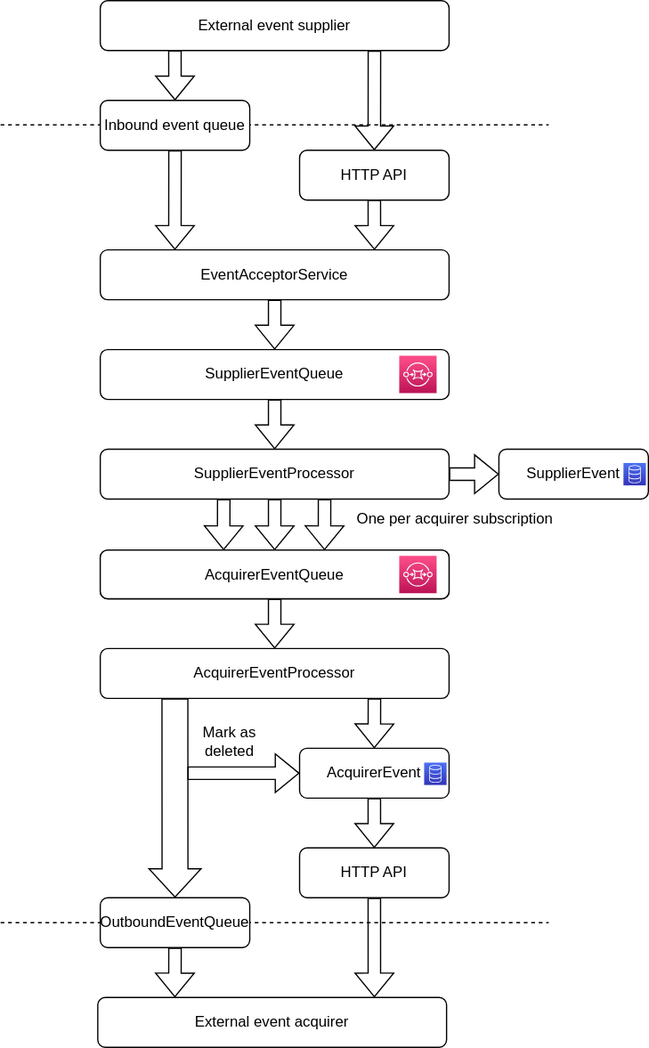
Above: doc/architecture/img/event-flow.drawio.svg in govuk-one-login/life-events-platform (draw.io), before the change. Source tidied: cells renumbered, new cells last; positions are measured from the earlier drawing's top-left corner, leaving out a move shared by most shapes.
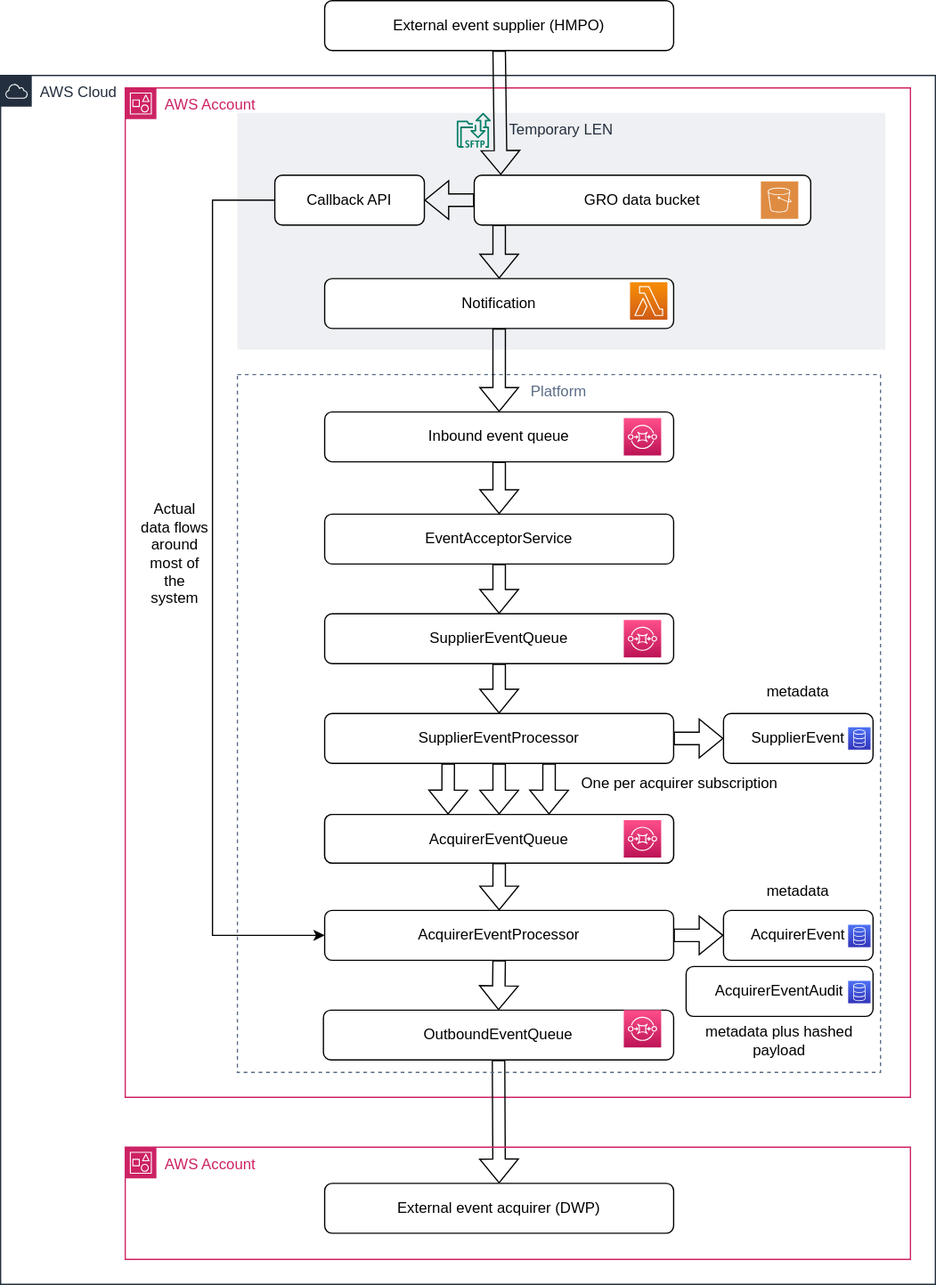
After the commit.

Commit message:
GPC-NONE: Update documentation with data and event flows

Diff of the diagram source:
```diff
@@ -2,30 +2,18 @@
   <root>
     <mxCell id="0" />
     <mxCell id="1" parent="0" />
-    <mxCell id="2" style="endArrow=none;dashed=1;html=1;rounded=0;" parent="1" edge="1">
-      <mxGeometry relative="1" as="geometry">
-        <mxPoint y="99.7" as="sourcePoint" />
-        <mxPoint x="440" y="99.7" as="targetPoint" />
-      </mxGeometry>
-    </mxCell>
+    <mxCell id="45" value="AWS Account" style="gradientColor=none;html=1;whiteSpace=wrap;fontSize=12;fontStyle=0;shape=mxgraph.aws4.group;grIcon=mxgraph.aws4.group_account;strokeColor=#CD2264;fillColor=none;verticalAlign=top;align=left;spacingLeft=30;fontColor=#CD2264;dashed=0;" parent="1" vertex="1">
+      <mxGeometry x="-80" y="-142" width="630" height="810" as="geometry" />
+    </mxCell>
-    <mxCell id="3" value="External event supplier" style="rounded=1;whiteSpace=wrap;html=1;" parent="1" vertex="1">
-      <mxGeometry x="80" width="280" height="40" as="geometry" />
+    <mxCell id="3" value="External event supplier (HMPO)" style="rounded=1;whiteSpace=wrap;html=1;" parent="1" vertex="1">
+      <mxGeometry x="80" y="-212" width="280" height="40" as="geometry" />
     </mxCell>
-    <mxCell id="4" value="HTTP API" style="rounded=1;whiteSpace=wrap;html=1;" parent="1" vertex="1">
-      <mxGeometry x="240" y="120" width="120" height="40" as="geometry" />
-    </mxCell>
-    <mxCell id="5" value="Inbound event queue" style="rounded=1;whiteSpace=wrap;html=1;" parent="1" vertex="1">
-      <mxGeometry x="80" y="80" width="120" height="40" as="geometry" />
-    </mxCell>
     <mxCell id="6" value="EventAcceptorService" style="rounded=1;whiteSpace=wrap;html=1;" parent="1" vertex="1">
       <mxGeometry x="80" y="200" width="280" height="40" as="geometry" />
     </mxCell>
-    <mxCell id="7" style="shape=flexArrow;endArrow=classic;html=1;rounded=0;exitX=0.5;exitY=1;exitDx=0;exitDy=0;entryX=0.214;entryY=0;entryDx=0;entryDy=0;entryPerimeter=0;" parent="1" edge="1" source="5" target="6">
+    <mxCell id="7" style="shape=flexArrow;endArrow=classic;html=1;rounded=0;exitX=0.5;exitY=1;exitDx=0;exitDy=0;entryX=0.5;entryY=0;entryDx=0;entryDy=0;" parent="1" edge="1" source="5" target="6">
       <mxGeometry relative="1" as="geometry" />
     </mxCell>
-    <mxCell id="8" style="shape=flexArrow;endArrow=classic;html=1;rounded=0;exitX=0.5;exitY=1;exitDx=0;exitDy=0;entryX=0.786;entryY=0;entryDx=0;entryDy=0;entryPerimeter=0;" parent="1" edge="1" source="4" target="6">
-      <mxGeometry relative="1" as="geometry" />
-    </mxCell>
     <mxCell id="9" style="shape=flexArrow;endArrow=classic;html=1;rounded=0;entryX=0.5;entryY=0;entryDx=0;entryDy=0;exitX=0.5;exitY=1;exitDx=0;exitDy=0;" parent="1" edge="1" source="6" target="42">
       <mxGeometry relative="1" as="geometry" />
     </mxCell>
@@ -54,53 +42,9 @@
     <mxCell id="16" value="One per acquirer subscription" style="text;html=1;strokeColor=none;fillColor=none;align=center;verticalAlign=middle;whiteSpace=wrap;rounded=0;" parent="1" vertex="1">
       <mxGeometry x="270" y="401" width="190" height="30" as="geometry" />
     </mxCell>
-    <mxCell id="17" value="AcquirerEventProcessor" style="rounded=1;whiteSpace=wrap;html=1;" parent="1" vertex="1">
-      <mxGeometry x="80" y="520" width="280" height="40" as="geometry" />
-    </mxCell>
     <mxCell id="18" style="shape=flexArrow;endArrow=classic;html=1;rounded=0;exitX=0.5;exitY=1;exitDx=0;exitDy=0;entryX=0.5;entryY=0;entryDx=0;entryDy=0;" parent="1" edge="1" source="36" target="17">
       <mxGeometry relative="1" as="geometry" />
     </mxCell>
-    <mxCell id="19" style="shape=flexArrow;endArrow=classic;html=1;rounded=0;exitX=0.786;exitY=1;exitDx=0;exitDy=0;exitPerimeter=0;entryX=0.5;entryY=0;entryDx=0;entryDy=0;" parent="1" edge="1" source="17" target="39">
-      <mxGeometry relative="1" as="geometry" />
-    </mxCell>
-    <mxCell id="20" style="shape=flexArrow;endArrow=classic;html=1;rounded=0;entryX=0.5;entryY=0;entryDx=0;entryDy=0;exitX=0.214;exitY=1;exitDx=0;exitDy=0;exitPerimeter=0;width=20.784313725490197;endSize=7.235294117647059;" parent="1" edge="1" source="17" target="26">
-      <mxGeometry relative="1" as="geometry" />
-    </mxCell>
-    <mxCell id="21" style="shape=flexArrow;endArrow=classic;html=1;rounded=0;exitX=0.5;exitY=1;exitDx=0;exitDy=0;entryX=0.5;entryY=0;entryDx=0;entryDy=0;" parent="1" edge="1" source="39" target="22">
-      <mxGeometry relative="1" as="geometry" />
-    </mxCell>
-    <mxCell id="22" value="HTTP API" style="rounded=1;whiteSpace=wrap;html=1;" parent="1" vertex="1">
-      <mxGeometry x="240" y="680" width="120" height="40" as="geometry" />
-    </mxCell>
-    <mxCell id="23" style="endArrow=none;dashed=1;html=1;rounded=0;" parent="1" edge="1">
-      <mxGeometry relative="1" as="geometry">
-        <mxPoint y="740" as="sourcePoint" />
-        <mxPoint x="440" y="740" as="targetPoint" />
-      </mxGeometry>
-    </mxCell>
-    <mxCell id="24" style="shape=flexArrow;endArrow=classic;html=1;rounded=0;exitX=0.214;exitY=0.997;exitDx=0;exitDy=0;exitPerimeter=0;entryX=0.5;entryY=0;entryDx=0;entryDy=0;" parent="1" edge="1" source="3" target="5">
-      <mxGeometry relative="1" as="geometry" />
-    </mxCell>
-    <mxCell id="25" style="shape=flexArrow;endArrow=classic;html=1;rounded=0;entryX=0.5;entryY=0;entryDx=0;entryDy=0;exitX=0.786;exitY=1;exitDx=0;exitDy=0;exitPerimeter=0;" parent="1" edge="1" source="3" target="4">
-      <mxGeometry relative="1" as="geometry" />
-    </mxCell>
-    <mxCell id="26" value="OutboundEventQueue" style="rounded=1;whiteSpace=wrap;html=1;" parent="1" vertex="1">
-      <mxGeometry x="80" y="720" width="120" height="40" as="geometry" />
-    </mxCell>
-    <mxCell id="27" style="shape=flexArrow;endArrow=classic;html=1;rounded=0;entryX=0;entryY=0.5;entryDx=0;entryDy=0;" parent="1" edge="1" target="39">
-      <mxGeometry relative="1" as="geometry">
-        <mxPoint x="150" y="620" as="sourcePoint" />
-      </mxGeometry>
-    </mxCell>
-    <mxCell id="28" value="External event acquirer" style="rounded=1;whiteSpace=wrap;html=1;" parent="1" vertex="1">
-      <mxGeometry x="78" y="800" width="280" height="40" as="geometry" />
-    </mxCell>
-    <mxCell id="29" style="shape=flexArrow;endArrow=classic;html=1;rounded=0;exitX=0.5;exitY=1;exitDx=0;exitDy=0;entryX=0.793;entryY=0;entryDx=0;entryDy=0;entryPerimeter=0;" parent="1" edge="1" source="22" target="28">
-      <mxGeometry relative="1" as="geometry" />
-    </mxCell>
-    <mxCell id="30" style="shape=flexArrow;endArrow=classic;html=1;rounded=0;exitX=0.5;exitY=1;exitDx=0;exitDy=0;entryX=0.221;entryY=0;entryDx=0;entryDy=0;entryPerimeter=0;" parent="1" edge="1" source="26" target="28">
-      <mxGeometry relative="1" as="geometry" />
-    </mxCell>
     <mxCell id="31" style="shape=flexArrow;endArrow=classic;html=1;rounded=0;entryX=0;entryY=0.5;entryDx=0;entryDy=0;exitX=1;exitY=0.5;exitDx=0;exitDy=0;" parent="1" edge="1" source="12" target="33">
       <mxGeometry relative="1" as="geometry" />
     </mxCell>
@@ -122,8 +66,29 @@
     <mxCell id="37" style="sketch=0;fontColor=#232F3E;gradientColor=#FF4F8B;gradientDirection=north;fillColor=#BC1356;strokeColor=#ffffff;dashed=0;verticalLabelPosition=bottom;verticalAlign=top;align=center;html=1;fontSize=12;fontStyle=0;shape=mxgraph.aws4.resourceIcon;resIcon=mxgraph.aws4.sqs;" parent="35" vertex="1">
       <mxGeometry x="240" y="4.5" width="30" height="30" as="geometry" />
     </mxCell>
+    <mxCell id="41" style="group;" parent="1" vertex="1">
+      <mxGeometry x="80" y="280" width="280" height="40" as="geometry" />
+    </mxCell>
+    <mxCell id="42" value="SupplierEventQueue" style="rounded=1;whiteSpace=wrap;html=1;" parent="41" vertex="1">
+      <mxGeometry width="280" height="40" as="geometry" />
+    </mxCell>
+    <mxCell id="43" style="sketch=0;fontColor=#232F3E;gradientColor=#FF4F8B;gradientDirection=north;fillColor=#BC1356;strokeColor=#ffffff;dashed=0;verticalLabelPosition=bottom;verticalAlign=top;align=center;html=1;fontSize=12;fontStyle=0;shape=mxgraph.aws4.resourceIcon;resIcon=mxgraph.aws4.sqs;" parent="41" vertex="1">
+      <mxGeometry x="240" y="5" width="30" height="30" as="geometry" />
+    </mxCell>
+    <mxCell id="46" value="AWS Cloud" style="gradientColor=none;html=1;whiteSpace=wrap;fontSize=12;fontStyle=0;shape=mxgraph.aws4.group;grIcon=mxgraph.aws4.group_aws_cloud;strokeColor=#232F3E;fillColor=none;verticalAlign=top;align=left;spacingLeft=30;fontColor=#232F3E;dashed=0;" parent="1" vertex="1">
+      <mxGeometry x="-180" y="-152" width="750" height="970" as="geometry" />
+    </mxCell>
+    <mxCell id="30" style="shape=flexArrow;endArrow=classic;html=1;rounded=0;exitX=0.5;exitY=1;exitDx=0;exitDy=0;entryX=0.5;entryY=0;entryDx=0;entryDy=0;" parent="1" edge="1" source="26" target="28">
+      <mxGeometry relative="1" as="geometry" />
+    </mxCell>
+    <mxCell id="47" value="Temporary LEN" style="fillColor=#EFF0F3;strokeColor=none;dashed=0;verticalAlign=top;fontStyle=0;fontColor=#232F3D;fontSize=12;" parent="1" vertex="1">
+      <mxGeometry x="10" y="-122" width="520" height="190" as="geometry" />
+    </mxCell>
+    <mxCell id="48" value="Platform" style="fillColor=none;strokeColor=#5A6C86;dashed=1;verticalAlign=top;fontStyle=0;fontColor=#5A6C86;" parent="1" vertex="1">
+      <mxGeometry x="10" y="88" width="516" height="560" as="geometry" />
+    </mxCell>
     <mxCell id="38" style="group;" parent="1" vertex="1">
-      <mxGeometry x="240" y="600" width="120" height="40" as="geometry" />
+      <mxGeometry x="400" y="518" width="120" height="40" as="geometry" />
     </mxCell>
     <mxCell id="39" value="AcquirerEvent" style="rounded=1;whiteSpace=wrap;html=1;" parent="38" vertex="1">
       <mxGeometry width="120" height="40" as="geometry" />
@@ -131,17 +96,95 @@
     <mxCell id="40" style="sketch=0;fontColor=#232F3E;gradientColor=#4D72F3;gradientDirection=north;fillColor=#3334B9;strokeColor=#ffffff;dashed=0;verticalLabelPosition=bottom;verticalAlign=top;align=center;html=1;fontSize=12;fontStyle=0;shape=mxgraph.aws4.resourceIcon;resIcon=mxgraph.aws4.database;" parent="38" vertex="1">
       <mxGeometry x="100" y="11.5" width="18" height="18" as="geometry" />
     </mxCell>
-    <mxCell id="41" style="group;" parent="1" vertex="1">
-      <mxGeometry x="80" y="280" width="280" height="40" as="geometry" />
-    </mxCell>
-    <mxCell id="42" value="SupplierEventQueue" style="rounded=1;whiteSpace=wrap;html=1;" parent="41" vertex="1">
-      <mxGeometry width="280" height="40" as="geometry" />
-    </mxCell>
-    <mxCell id="43" style="sketch=0;fontColor=#232F3E;gradientColor=#FF4F8B;gradientDirection=north;fillColor=#BC1356;strokeColor=#ffffff;dashed=0;verticalLabelPosition=bottom;verticalAlign=top;align=center;html=1;fontSize=12;fontStyle=0;shape=mxgraph.aws4.resourceIcon;resIcon=mxgraph.aws4.sqs;" parent="41" vertex="1">
-      <mxGeometry x="240" y="5" width="30" height="30" as="geometry" />
-    </mxCell>
-    <mxCell id="44" value="Mark as deleted" style="text;html=1;strokeColor=none;fillColor=none;align=center;verticalAlign=middle;whiteSpace=wrap;rounded=0;" parent="1" vertex="1">
-      <mxGeometry x="154" y="580" width="60" height="30" as="geometry" />
-    </mxCell>
+    <mxCell id="26" value="OutboundEventQueue" style="rounded=1;whiteSpace=wrap;html=1;" parent="1" vertex="1">
+      <mxGeometry x="79" y="598" width="281" height="40" as="geometry" />
+    </mxCell>
+    <mxCell id="5" value="Inbound event queue" style="rounded=1;whiteSpace=wrap;html=1;" parent="1" vertex="1">
+      <mxGeometry x="80" y="118" width="280" height="40" as="geometry" />
+    </mxCell>
+    <mxCell id="17" value="AcquirerEventProcessor" style="rounded=1;whiteSpace=wrap;html=1;" parent="1" vertex="1">
+      <mxGeometry x="80" y="518" width="280" height="40" as="geometry" />
+    </mxCell>
+    <mxCell id="19" style="shape=flexArrow;endArrow=classic;html=1;rounded=0;entryX=0;entryY=0.5;entryDx=0;entryDy=0;exitX=1;exitY=0.5;exitDx=0;exitDy=0;" parent="1" edge="1" source="17" target="39">
+      <mxGeometry relative="1" as="geometry" />
+    </mxCell>
+    <mxCell id="20" style="shape=flexArrow;endArrow=classic;html=1;rounded=0;entryX=0.5;entryY=0;entryDx=0;entryDy=0;exitX=0.5;exitY=1;exitDx=0;exitDy=0;" parent="1" edge="1" source="17" target="26">
+      <mxGeometry relative="1" as="geometry" />
+    </mxCell>
+    <mxCell id="49" value="metadata" style="text;html=1;strokeColor=none;fillColor=none;align=center;verticalAlign=middle;whiteSpace=wrap;rounded=0;" parent="1" vertex="1">
+      <mxGeometry x="410" y="328" width="100" height="30" as="geometry" />
+    </mxCell>
+    <mxCell id="50" value="metadata" style="text;html=1;strokeColor=none;fillColor=none;align=center;verticalAlign=middle;whiteSpace=wrap;rounded=0;" parent="1" vertex="1">
+      <mxGeometry x="410" y="488" width="100" height="30" as="geometry" />
+    </mxCell>
+    <mxCell id="51" style="sketch=0;fontColor=#232F3E;gradientColor=#FF4F8B;gradientDirection=north;fillColor=#BC1356;strokeColor=#ffffff;dashed=0;verticalLabelPosition=bottom;verticalAlign=top;align=center;html=1;fontSize=12;fontStyle=0;shape=mxgraph.aws4.resourceIcon;resIcon=mxgraph.aws4.sqs;" parent="1" vertex="1">
+      <mxGeometry x="320" y="123" width="30" height="30" as="geometry" />
+    </mxCell>
+    <mxCell id="52" style="sketch=0;fontColor=#232F3E;gradientColor=#FF4F8B;gradientDirection=north;fillColor=#BC1356;strokeColor=#ffffff;dashed=0;verticalLabelPosition=bottom;verticalAlign=top;align=center;html=1;fontSize=12;fontStyle=0;shape=mxgraph.aws4.resourceIcon;resIcon=mxgraph.aws4.sqs;" parent="1" vertex="1">
+      <mxGeometry x="320" y="598" width="30" height="30" as="geometry" />
+    </mxCell>
+    <mxCell id="53" value="metadata plus hashed&lt;br&gt;payload" style="text;html=1;strokeColor=none;fillColor=none;align=center;verticalAlign=middle;whiteSpace=wrap;rounded=0;" parent="1" vertex="1">
+      <mxGeometry x="370" y="598" width="150" height="50" as="geometry" />
+    </mxCell>
+    <mxCell id="54" value="AcquirerEventAudit" style="rounded=1;whiteSpace=wrap;html=1;" parent="1" vertex="1">
+      <mxGeometry x="370" y="563" width="150" height="40" as="geometry" />
+    </mxCell>
+    <mxCell id="55" style="sketch=0;fontColor=#232F3E;gradientColor=#4D72F3;gradientDirection=north;fillColor=#3334B9;strokeColor=#ffffff;dashed=0;verticalLabelPosition=bottom;verticalAlign=top;align=center;html=1;fontSize=12;fontStyle=0;shape=mxgraph.aws4.resourceIcon;resIcon=mxgraph.aws4.database;" parent="1" vertex="1">
+      <mxGeometry x="500" y="574.5" width="18" height="18" as="geometry" />
+    </mxCell>
+    <mxCell id="56" style="group;" parent="1" vertex="1">
+      <mxGeometry x="80" y="-122" width="442" height="90" as="geometry" />
+    </mxCell>
+    <mxCell id="57" value="GRO data bucket" style="rounded=1;whiteSpace=wrap;html=1;" parent="56" vertex="1">
+      <mxGeometry x="120" y="50" width="270" height="40" as="geometry" />
+    </mxCell>
+    <mxCell id="58" style="sketch=0;shadow=0;dashed=0;html=1;strokeColor=none;fillColor=#DF8C42;labelPosition=center;verticalLabelPosition=bottom;verticalAlign=top;align=center;shape=mxgraph.veeam2.aws_s3;" parent="56" vertex="1">
+      <mxGeometry x="350" y="55" width="30" height="30" as="geometry" />
+    </mxCell>
+    <mxCell id="59" style="sketch=0;fontColor=#232F3E;gradientColor=none;fillColor=#067F68;strokeColor=none;dashed=0;verticalLabelPosition=bottom;verticalAlign=top;align=center;html=1;fontSize=12;fontStyle=0;shape=mxgraph.aws4.transfer_for_sftp_resource;" parent="56" vertex="1">
+      <mxGeometry x="106" width="27.3" height="28" as="geometry" />
+    </mxCell>
+    <mxCell id="60" style="edgeStyle=orthogonalEdgeStyle;rounded=0;jettySize=auto;html=1;exitX=0;exitY=0.5;exitDx=0;exitDy=0;" parent="1" edge="1" source="61">
+      <mxGeometry relative="1" as="geometry">
+        <mxPoint x="80" y="538" as="targetPoint" />
+        <Array as="points">
+          <mxPoint x="-10" y="-52" />
+          <mxPoint x="-10" y="538" />
+          <mxPoint x="80" y="538" />
+        </Array>
+      </mxGeometry>
+    </mxCell>
+    <mxCell id="61" value="Callback API" style="rounded=1;whiteSpace=wrap;html=1;" parent="1" vertex="1">
+      <mxGeometry x="40" y="-72" width="120" height="40" as="geometry" />
+    </mxCell>
+    <mxCell id="62" value="Notification" style="rounded=1;whiteSpace=wrap;html=1;" parent="1" vertex="1">
+      <mxGeometry x="80" y="11" width="280" height="40" as="geometry" />
+    </mxCell>
+    <mxCell id="63" style="shape=flexArrow;endArrow=classic;html=1;rounded=0;entryX=1;entryY=0.5;entryDx=0;entryDy=0;exitX=0;exitY=0.5;exitDx=0;exitDy=0;" parent="1" edge="1" source="57" target="61">
+      <mxGeometry relative="1" as="geometry" />
+    </mxCell>
+    <mxCell id="64" style="shape=flexArrow;endArrow=classic;html=1;rounded=0;exitX=0.5;exitY=1;exitDx=0;exitDy=0;entryX=0.5;entryY=0;entryDx=0;entryDy=0;" parent="1" edge="1" source="62" target="5">
+      <mxGeometry relative="1" as="geometry" />
+    </mxCell>
+    <mxCell id="65" style="shape=flexArrow;endArrow=classic;html=1;rounded=0;entryX=0.5;entryY=0;entryDx=0;entryDy=0;" parent="1" edge="1" target="62">
+      <mxGeometry relative="1" as="geometry">
+        <mxPoint x="220" y="-32" as="sourcePoint" />
+      </mxGeometry>
+    </mxCell>
+    <mxCell id="66" value="AWS Account" style="gradientColor=none;html=1;whiteSpace=wrap;fontSize=12;fontStyle=0;shape=mxgraph.aws4.group;grIcon=mxgraph.aws4.group_account;strokeColor=#CD2264;fillColor=none;verticalAlign=top;align=left;spacingLeft=30;fontColor=#CD2264;dashed=0;" parent="1" vertex="1">
+      <mxGeometry x="-80" y="708" width="630" height="90" as="geometry" />
+    </mxCell>
+    <mxCell id="67" style="sketch=0;fontColor=#232F3E;gradientColor=#F78E04;gradientDirection=north;fillColor=#D05C17;strokeColor=#ffffff;dashed=0;verticalLabelPosition=bottom;verticalAlign=top;align=center;html=1;fontSize=12;fontStyle=0;shape=mxgraph.aws4.resourceIcon;resIcon=mxgraph.aws4.lambda;" parent="1" vertex="1">
+      <mxGeometry x="325" y="14" width="30" height="30" as="geometry" />
+    </mxCell>
+    <mxCell id="68" style="shape=flexArrow;endArrow=classic;html=1;rounded=0;exitX=0.5;exitY=1;exitDx=0;exitDy=0;entryX=0.079;entryY=-0.006;entryDx=0;entryDy=0;entryPerimeter=0;" parent="1" edge="1" source="3" target="57">
+      <mxGeometry relative="1" as="geometry" />
+    </mxCell>
+    <mxCell id="28" value="External event acquirer (DWP)" style="rounded=1;whiteSpace=wrap;html=1;" parent="1" vertex="1">
+      <mxGeometry x="80" y="737" width="280" height="40" as="geometry" />
+    </mxCell>
+    <mxCell id="69" value="Actual data flows around most of the system" style="text;html=1;strokeColor=none;fillColor=none;align=center;verticalAlign=middle;whiteSpace=wrap;rounded=0;" parent="1" vertex="1">
+      <mxGeometry x="-70" y="183" width="60" height="97" as="geometry" />
+    </mxCell>
   </root>
 </mxGraphModel>
```
